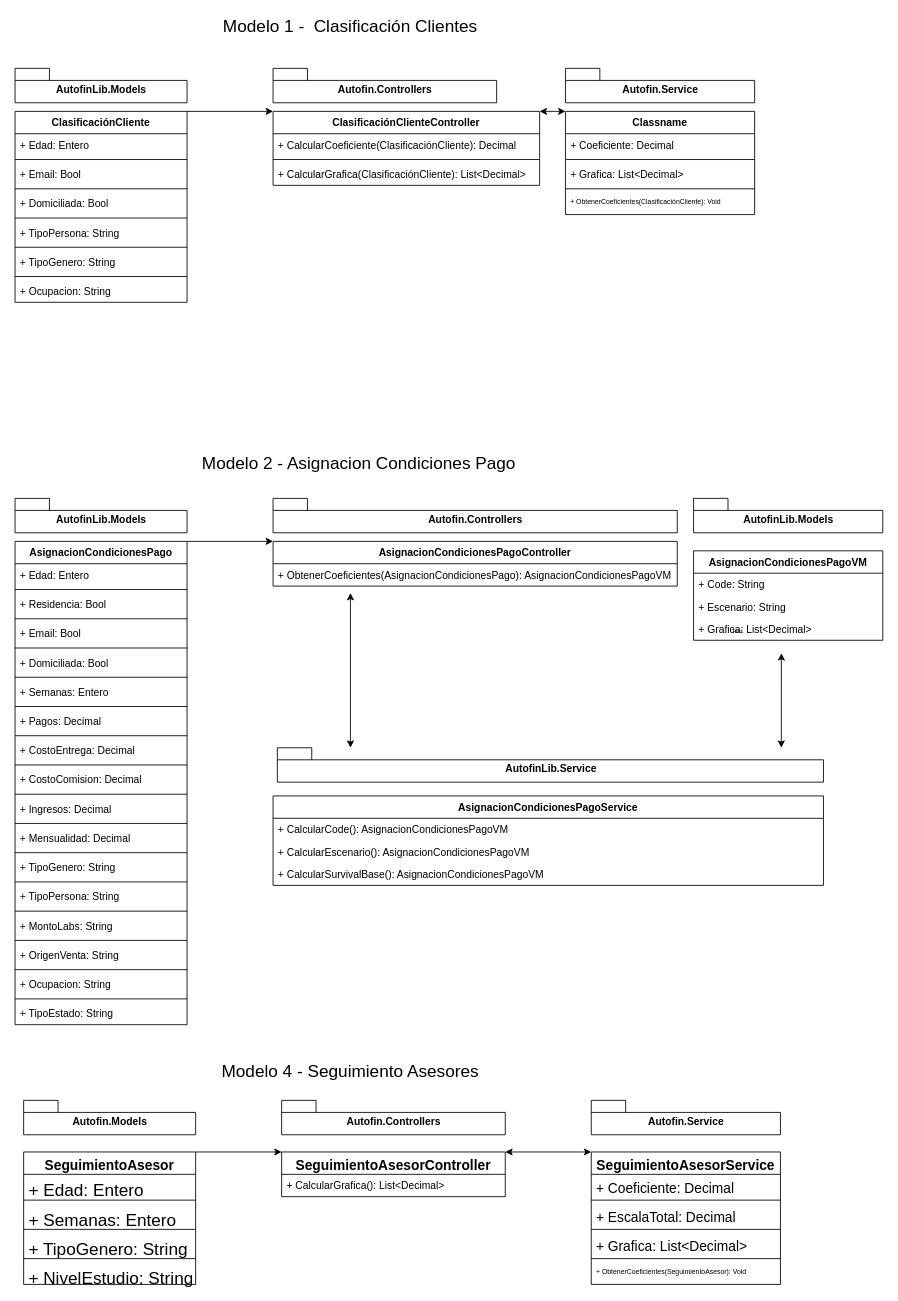
The draw.io diagram Diagrama sin título.drawio in AbielRC97/Git, before the edit. Source tidied: cells renumbered, new cells numbered last; positions are measured from the earlier drawing's top-left corner, leaving out a move shared by most shapes. Both pictures are drawn from the tidied source at 86%, with x=0, y=0 at pixel (15, 16).
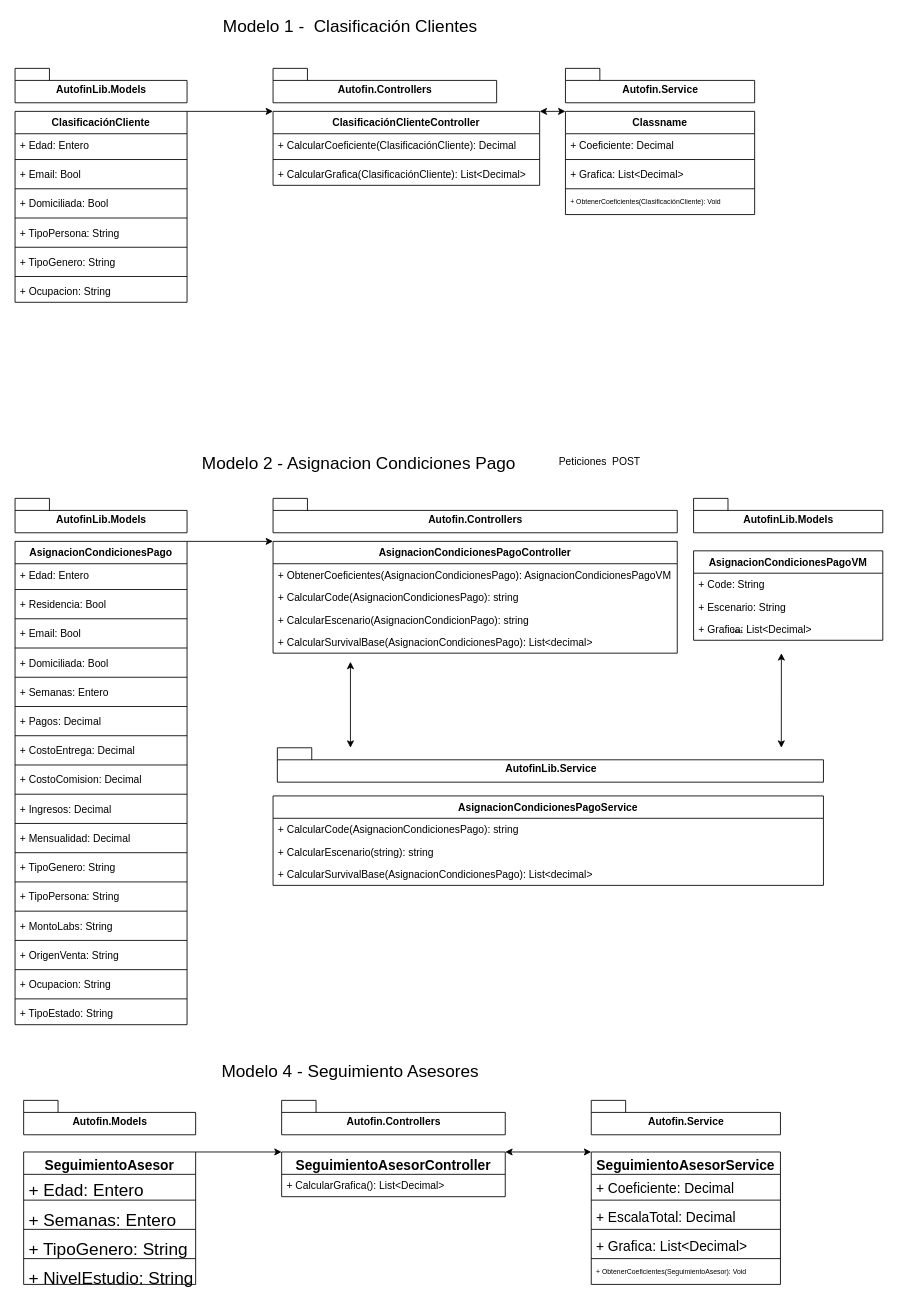
The same diagram, later.

The change refers to these unchanged cells:
```xml
<mxCell id="39" value="AsignacionCondicionesPagoService&#10;" style="swimlane;fontStyle=1;align=center;verticalAlign=top;horizontal=1;startSize=26;" parent="1" vertex="1">
  <mxGeometry x="300" y="906" width="640" height="104" as="geometry" />
</mxCell>
```

What changed in the source:
```diff
@@
     <mxCell id="36" value="AsignacionCondicionesPagoController" style="swimlane;fontStyle=1;align=center;verticalAlign=top;horizontal=1;startSize=26;" parent="1" vertex="1">
-      <mxGeometry x="300" y="610" width="470" height="52" as="geometry" />
+      <mxGeometry x="300" y="610" width="470" height="130" as="geometry" />
     </mxCell>
@@
+    <mxCell id="105" value="+ CalcularCode(AsignacionCondicionesPago): string&#10;" style="text;strokeColor=none;fillColor=none;align=left;verticalAlign=top;spacingLeft=4;spacingRight=4;overflow=hidden;fontSize=12;" parent="36" vertex="1">
+      <mxGeometry y="52" width="470" height="26" as="geometry" />
+    </mxCell>
+    <mxCell id="106" value="+ CalcularEscenario(AsignacionCondicionPago): string" style="text;strokeColor=none;fillColor=none;align=left;verticalAlign=top;spacingLeft=4;spacingRight=4;overflow=hidden;fontSize=12;" parent="36" vertex="1">
+      <mxGeometry y="78" width="470" height="26" as="geometry" />
+    </mxCell>
+    <mxCell id="107" value="+ CalcularSurvivalBase(AsignacionCondicionesPago): List&lt;decimal&gt;" style="text;strokeColor=none;fillColor=none;align=left;verticalAlign=top;spacingLeft=4;spacingRight=4;overflow=hidden;fontSize=12;" parent="36" vertex="1">
+      <mxGeometry y="104" width="470" height="26" as="geometry" />
+    </mxCell>
@@
-    <mxCell id="40" value="+ CalcularCode(): AsignacionCondicionesPagoVM&#10;" style="text;strokeColor=none;fillColor=none;align=left;verticalAlign=top;spacingLeft=4;spacingRight=4;overflow=hidden;" parent="39" vertex="1">
+    <mxCell id="40" value="+ CalcularCode(AsignacionCondicionesPago): string&#10;" style="text;strokeColor=none;fillColor=none;align=left;verticalAlign=top;spacingLeft=4;spacingRight=4;overflow=hidden;" parent="39" vertex="1">
       <mxGeometry y="26" width="640" height="26" as="geometry" />
     </mxCell>
-    <mxCell id="41" value="+ CalcularEscenario(): AsignacionCondicionesPagoVM" style="text;strokeColor=none;fillColor=none;align=left;verticalAlign=top;spacingLeft=4;spacingRight=4;overflow=hidden;" parent="39" vertex="1">
+    <mxCell id="41" value="+ CalcularEscenario(string): string" style="text;strokeColor=none;fillColor=none;align=left;verticalAlign=top;spacingLeft=4;spacingRight=4;overflow=hidden;" parent="39" vertex="1">
       <mxGeometry y="52" width="640" height="26" as="geometry" />
     </mxCell>
-    <mxCell id="42" value="+ CalcularSurvivalBase(): AsignacionCondicionesPagoVM" style="text;strokeColor=none;fillColor=none;align=left;verticalAlign=top;spacingLeft=4;spacingRight=4;overflow=hidden;" parent="39" vertex="1">
+    <mxCell id="42" value="+ CalcularSurvivalBase(AsignacionCondicionesPago): List&lt;decimal&gt;" style="text;strokeColor=none;fillColor=none;align=left;verticalAlign=top;spacingLeft=4;spacingRight=4;overflow=hidden;" parent="39" vertex="1">
       <mxGeometry y="78" width="640" height="26" as="geometry" />
     </mxCell>
@@
     <mxCell id="44" style="endArrow=classic;startArrow=classic;html=1;rounded=0;" parent="1" edge="1">
       <mxGeometry relative="1" as="geometry">
-        <mxPoint x="390" y="670" as="sourcePoint" />
+        <mxPoint x="390" y="750" as="sourcePoint" />
         <mxPoint x="390" y="850" as="targetPoint" />
       </mxGeometry>
     </mxCell>
@@
+    <mxCell id="108" value="&lt;div&gt;Peticiones&amp;nbsp; POST&lt;/div&gt;&lt;div&gt;&lt;br&gt;&lt;/div&gt;" style="text;html=1;strokeColor=none;fillColor=none;align=center;verticalAlign=middle;whiteSpace=wrap;rounded=0;fontSize=12;" parent="1" vertex="1">
+      <mxGeometry x="630" y="510" width="100" height="30" as="geometry" />
+    </mxCell>
```
